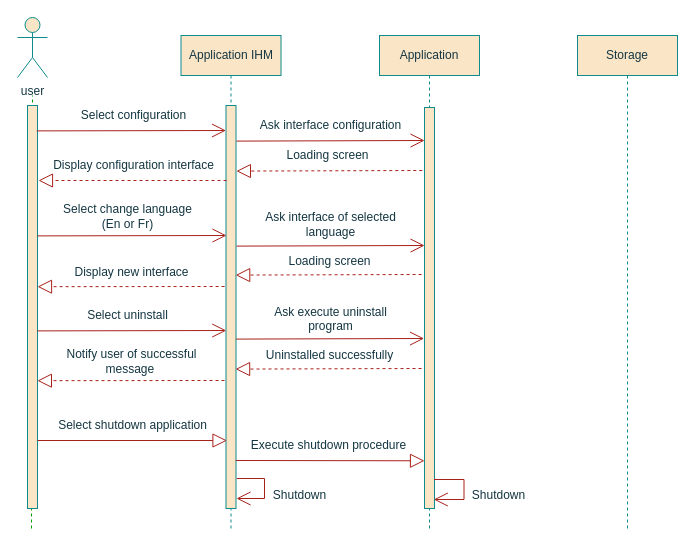
Earlier version of the draw.io diagram EasySave3.0 Configuration.drawio (Weicheng178/UML). Source tidied: cells renumbered, new cells numbered last; positions are measured from the earlier drawing's top-left corner, leaving out a move shared by most shapes. Both pictures are drawn from the tidied source at 100%, with x=0, y=0 at pixel (17, 17).
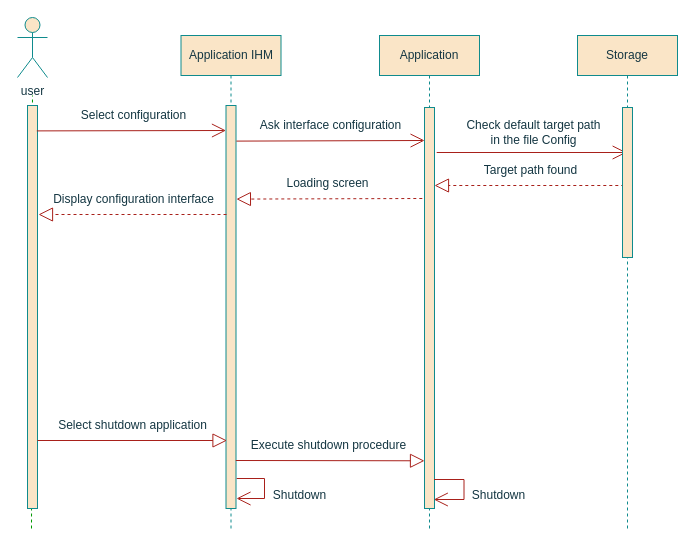
Above is the later version.

The edit, as a diff of the source:
```diff
@@
     <mxCell id="10" value="Loading screen" style="text;html=1;align=center;verticalAlign=middle;strokeColor=none;fillColor=none;rounded=0;fontColor=#143642;" parent="1" vertex="1">
-      <mxGeometry x="255.2" y="123" width="110" height="30" as="geometry" />
+      <mxGeometry x="255.2" y="151" width="110" height="30" as="geometry" />
     </mxCell>
     <mxCell id="11" style="endArrow=block;dashed=1;endFill=0;endSize=12;html=1;rounded=0;exitX=-0.211;exitY=0.186;exitDx=0;exitDy=0;exitPerimeter=0;labelBackgroundColor=#DAD2D8;strokeColor=#A8201A;fontColor=#143642;" parent="1" edge="1">
       <mxGeometry relative="1" as="geometry">
-        <mxPoint x="404.8" y="153" as="sourcePoint" />
-        <mxPoint x="218.9" y="153.6" as="targetPoint" />
+        <mxPoint x="404.8" y="181" as="sourcePoint" />
+        <mxPoint x="218.9" y="181.6" as="targetPoint" />
       </mxGeometry>
     </mxCell>
@@
     <mxCell id="14" value="Display configuration&amp;nbsp;interface" style="text;html=1;align=center;verticalAlign=middle;strokeColor=none;fillColor=none;rounded=0;fontColor=#143642;" parent="1" vertex="1">
-      <mxGeometry x="25.8" y="133" width="180" height="30" as="geometry" />
+      <mxGeometry x="25.8" y="167" width="180" height="30" as="geometry" />
     </mxCell>
     <mxCell id="15" style="endArrow=block;dashed=1;endFill=0;endSize=12;html=1;rounded=0;labelBackgroundColor=#DAD2D8;strokeColor=#A8201A;fontColor=#143642;" parent="1" edge="1">
       <mxGeometry relative="1" as="geometry">
-        <mxPoint x="209" y="163" as="sourcePoint" />
-        <mxPoint x="21" y="163" as="targetPoint" />
+        <mxPoint x="209" y="197" as="sourcePoint" />
+        <mxPoint x="21" y="197" as="targetPoint" />
       </mxGeometry>
     </mxCell>
@@
-    <mxCell id="26" value="Select change language&lt;br&gt;(En or Fr)" style="text;html=1;align=center;verticalAlign=middle;strokeColor=none;fillColor=none;rounded=0;fontColor=#143642;" parent="1" vertex="1">
-      <mxGeometry x="35" y="179" width="150" height="40" as="geometry" />
-    </mxCell>
-    <mxCell id="27" style="endArrow=open;endFill=1;endSize=12;html=1;rounded=0;entryX=0.071;entryY=0.165;entryDx=0;entryDy=0;entryPerimeter=0;labelBackgroundColor=#DAD2D8;strokeColor=#A8201A;fontColor=#143642;" parent="1" edge="1">
-      <mxGeometry relative="1" as="geometry">
-        <mxPoint x="19.8" y="218.4" as="sourcePoint" />
-        <mxPoint x="209" y="218" as="targetPoint" />
-      </mxGeometry>
-    </mxCell>
-    <mxCell id="28" style="endArrow=open;endFill=1;endSize=12;html=1;rounded=0;entryX=-0.083;entryY=0.173;entryDx=0;entryDy=0;entryPerimeter=0;labelBackgroundColor=#DAD2D8;strokeColor=#A8201A;fontColor=#143642;" parent="1" edge="1">
-      <mxGeometry relative="1" as="geometry">
-        <mxPoint x="219" y="228.6" as="sourcePoint" />
-        <mxPoint x="407.1" y="228" as="targetPoint" />
-      </mxGeometry>
-    </mxCell>
-    <mxCell id="29" value="Ask interface of selected &lt;br&gt;language" style="text;html=1;align=center;verticalAlign=middle;strokeColor=none;fillColor=none;rounded=0;fontColor=#143642;" parent="1" vertex="1">
-      <mxGeometry x="237.8" y="187" width="150" height="40" as="geometry" />
-    </mxCell>
-    <mxCell id="30" style="endArrow=block;dashed=1;endFill=0;endSize=12;html=1;rounded=0;exitX=-0.125;exitY=0.144;exitDx=0;exitDy=0;exitPerimeter=0;labelBackgroundColor=#DAD2D8;strokeColor=#A8201A;fontColor=#143642;" parent="1" edge="1">
-      <mxGeometry relative="1" as="geometry">
-        <mxPoint x="207.1" y="269" as="sourcePoint" />
-        <mxPoint x="20" y="269.2" as="targetPoint" />
-      </mxGeometry>
-    </mxCell>
-    <mxCell id="31" value="Display new interface" style="text;html=1;align=center;verticalAlign=middle;strokeColor=none;fillColor=none;rounded=0;fontColor=#143642;" parent="1" vertex="1">
-      <mxGeometry x="44.2" y="240" width="140" height="30" as="geometry" />
-    </mxCell>
-    <mxCell id="32" value="Loading screen" style="text;html=1;align=center;verticalAlign=middle;strokeColor=none;fillColor=none;rounded=0;fontColor=#143642;" parent="1" vertex="1">
-      <mxGeometry x="257" y="229" width="110" height="30" as="geometry" />
-    </mxCell>
-    <mxCell id="33" style="endArrow=block;dashed=1;endFill=0;endSize=12;html=1;rounded=0;exitX=-0.211;exitY=0.186;exitDx=0;exitDy=0;exitPerimeter=0;labelBackgroundColor=#DAD2D8;strokeColor=#A8201A;fontColor=#143642;" parent="1" edge="1">
-      <mxGeometry relative="1" as="geometry">
-        <mxPoint x="404.1" y="257" as="sourcePoint" />
-        <mxPoint x="218.2" y="257.6" as="targetPoint" />
-      </mxGeometry>
-    </mxCell>
-    <mxCell id="34" value="Select uninstall" style="text;html=1;align=center;verticalAlign=middle;strokeColor=none;fillColor=none;rounded=0;fontColor=#143642;" parent="1" vertex="1">
-      <mxGeometry x="59.9" y="283" width="100" height="30" as="geometry" />
-    </mxCell>
-    <mxCell id="35" style="endArrow=open;endFill=1;endSize=12;html=1;rounded=0;entryX=0.071;entryY=0.165;entryDx=0;entryDy=0;entryPerimeter=0;labelBackgroundColor=#DAD2D8;strokeColor=#A8201A;fontColor=#143642;" parent="1" edge="1">
-      <mxGeometry relative="1" as="geometry">
-        <mxPoint x="19.7" y="313.4" as="sourcePoint" />
-        <mxPoint x="208.8" y="313" as="targetPoint" />
-      </mxGeometry>
-    </mxCell>
-    <mxCell id="36" style="endArrow=open;endFill=1;endSize=12;html=1;rounded=0;entryX=-0.083;entryY=0.173;entryDx=0;entryDy=0;entryPerimeter=0;labelBackgroundColor=#DAD2D8;strokeColor=#A8201A;fontColor=#143642;" parent="1" edge="1">
-      <mxGeometry relative="1" as="geometry">
-        <mxPoint x="218.5" y="321.6" as="sourcePoint" />
-        <mxPoint x="406.6" y="321" as="targetPoint" />
-      </mxGeometry>
-    </mxCell>
-    <mxCell id="37" value="Ask execute uninstall &lt;br&gt;program&lt;br&gt;&amp;nbsp;" style="text;html=1;align=center;verticalAlign=middle;strokeColor=none;fillColor=none;rounded=0;fontColor=#143642;" parent="1" vertex="1">
-      <mxGeometry x="242.8" y="279" width="140" height="60" as="geometry" />
-    </mxCell>
-    <mxCell id="38" style="endArrow=block;dashed=1;endFill=0;endSize=12;html=1;rounded=0;exitX=-0.125;exitY=0.144;exitDx=0;exitDy=0;exitPerimeter=0;labelBackgroundColor=#DAD2D8;strokeColor=#A8201A;fontColor=#143642;" parent="1" edge="1">
-      <mxGeometry relative="1" as="geometry">
-        <mxPoint x="207" y="363" as="sourcePoint" />
-        <mxPoint x="19.9" y="363.2" as="targetPoint" />
-      </mxGeometry>
-    </mxCell>
-    <mxCell id="39" value="Notify user of successful &lt;br&gt;message&amp;nbsp;" style="text;html=1;align=center;verticalAlign=middle;strokeColor=none;fillColor=none;rounded=0;fontColor=#143642;" parent="1" vertex="1">
-      <mxGeometry x="39" y="324" width="150" height="40" as="geometry" />
-    </mxCell>
-    <mxCell id="40" value="Uninstalled successfully" style="text;html=1;align=center;verticalAlign=middle;strokeColor=none;fillColor=none;rounded=0;fontColor=#143642;" parent="1" vertex="1">
-      <mxGeometry x="236.9" y="323" width="150" height="30" as="geometry" />
-    </mxCell>
-    <mxCell id="41" style="endArrow=block;dashed=1;endFill=0;endSize=12;html=1;rounded=0;exitX=-0.211;exitY=0.186;exitDx=0;exitDy=0;exitPerimeter=0;labelBackgroundColor=#DAD2D8;strokeColor=#A8201A;fontColor=#143642;" parent="1" edge="1">
-      <mxGeometry relative="1" as="geometry">
-        <mxPoint x="404" y="351" as="sourcePoint" />
-        <mxPoint x="218.1" y="351.6" as="targetPoint" />
-      </mxGeometry>
-    </mxCell>
+    <mxCell id="42" value="Check default target path&lt;br&gt;in the file Config" style="text;html=1;align=center;verticalAlign=middle;strokeColor=none;fillColor=none;rounded=1;fontColor=#143642;" parent="1" vertex="1">
+      <mxGeometry x="435.5" y="95" width="160" height="40" as="geometry" />
+    </mxCell>
+    <mxCell id="43" style="endArrow=open;endFill=1;endSize=12;html=1;rounded=1;labelBackgroundColor=#DAD2D8;strokeColor=#A8201A;fontColor=#143642;" parent="1" edge="1">
+      <mxGeometry relative="1" as="geometry">
+        <mxPoint x="419.2" y="135" as="sourcePoint" />
+        <mxPoint x="609.2" y="135" as="targetPoint" />
+      </mxGeometry>
+    </mxCell>
+    <mxCell id="44" value="Target path found" style="text;html=1;align=center;verticalAlign=middle;strokeColor=none;fillColor=none;rounded=1;fontColor=#143642;" parent="1" vertex="1">
+      <mxGeometry x="453.3" y="138" width="120" height="30" as="geometry" />
+    </mxCell>
+    <mxCell id="45" style="endArrow=block;dashed=1;endFill=0;endSize=12;html=1;rounded=1;labelBackgroundColor=#DAD2D8;strokeColor=#A8201A;fontColor=#143642;" parent="1" edge="1">
+      <mxGeometry relative="1" as="geometry">
+        <mxPoint x="606.8" y="168" as="sourcePoint" />
+        <mxPoint x="417" y="168" as="targetPoint" />
+      </mxGeometry>
+    </mxCell>
+    <mxCell id="46" style="html=1;perimeter=orthogonalPerimeter;rounded=0;glass=0;labelBackgroundColor=none;fillStyle=auto;fillColor=#FAE5C7;strokeColor=#0F8B8D;fontColor=#143642;" parent="1" vertex="1">
+      <mxGeometry x="605" y="90" width="10" height="150" as="geometry" />
+    </mxCell>
```
